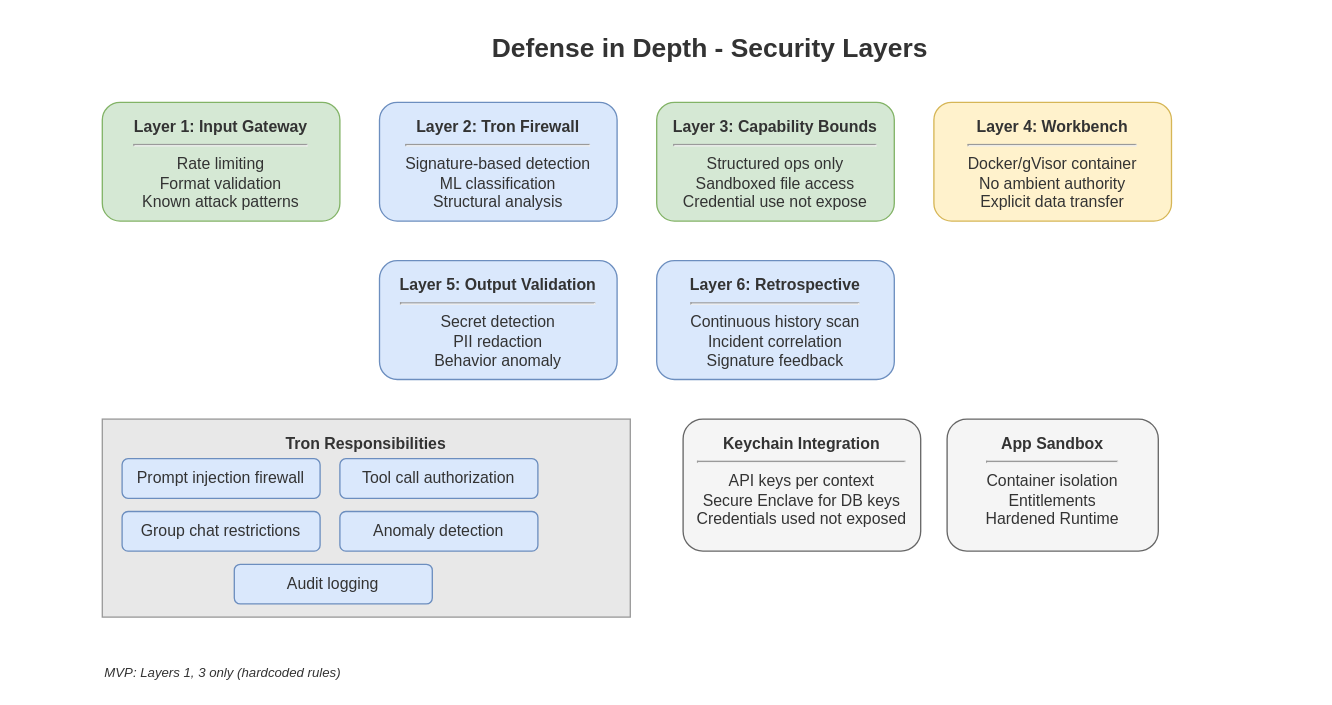
Before: page "Security Layers" (6 of 7) of docs/diagrams/emberhearth-architecture.drawio in tokenfires/emberhearth, a draw.io diagram. Source tidied: cells renumbered, new cells numbered last; positions are measured from the earlier drawing's top-left corner, leaving out a move shared by most shapes. Both pictures are drawn from the tidied source at 132%, with x=0, y=0 at pixel (102, 22).
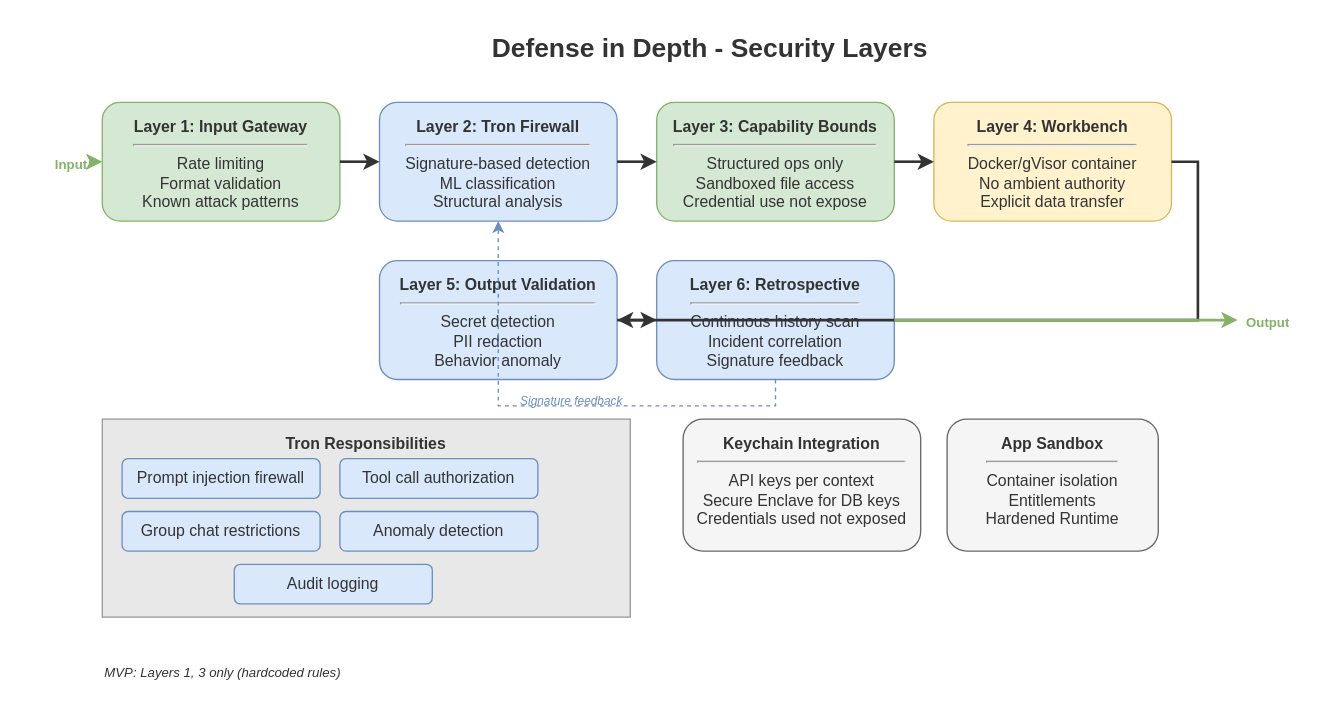
The same page after the edit.

Unchanged cells that the change refers to:
```xml
<mxCell id="3" value="&lt;b&gt;Layer 1: Input Gateway&lt;/b&gt;&lt;hr&gt;Rate limiting&lt;br&gt;Format validation&lt;br&gt;Known attack patterns" style="rounded=1;whiteSpace=wrap;html=1;fillColor=#d5e8d4;strokeColor=#82b366;verticalAlign=top;spacingTop=5;fontColor=#333333;" parent="1" vertex="1">
  <mxGeometry y="60" width="180" height="90" as="geometry" />
</mxCell>
<mxCell id="4" value="&lt;b&gt;Layer 2: Tron Firewall&lt;/b&gt;&lt;hr&gt;Signature-based detection&lt;br&gt;ML classification&lt;br&gt;Structural analysis" style="rounded=1;whiteSpace=wrap;html=1;fillColor=#dae8fc;strokeColor=#6c8ebf;verticalAlign=top;spacingTop=5;fontColor=#333333;" parent="1" vertex="1">
  <mxGeometry x="210" y="60" width="180" height="90" as="geometry" />
</mxCell>
<mxCell id="5" value="&lt;b&gt;Layer 3: Capability Bounds&lt;/b&gt;&lt;hr&gt;Structured ops only&lt;br&gt;Sandboxed file access&lt;br&gt;Credential use not expose" style="rounded=1;whiteSpace=wrap;html=1;fillColor=#d5e8d4;strokeColor=#82b366;verticalAlign=top;spacingTop=5;fontColor=#333333;" parent="1" vertex="1">
  <mxGeometry x="420" y="60" width="180" height="90" as="geometry" />
</mxCell>
<mxCell id="6" value="&lt;b&gt;Layer 4: Workbench&lt;/b&gt;&lt;hr&gt;Docker/gVisor container&lt;br&gt;No ambient authority&lt;br&gt;Explicit data transfer" style="rounded=1;whiteSpace=wrap;html=1;fillColor=#fff2cc;strokeColor=#d6b656;verticalAlign=top;spacingTop=5;fontColor=#333333;" parent="1" vertex="1">
  <mxGeometry x="630" y="60" width="180" height="90" as="geometry" />
</mxCell>
<mxCell id="7" value="&lt;b&gt;Layer 5: Output Validation&lt;/b&gt;&lt;hr&gt;Secret detection&lt;br&gt;PII redaction&lt;br&gt;Behavior anomaly" style="rounded=1;whiteSpace=wrap;html=1;fillColor=#dae8fc;strokeColor=#6c8ebf;verticalAlign=top;spacingTop=5;fontColor=#333333;" parent="1" vertex="1">
  <mxGeometry x="210" y="180" width="180" height="90" as="geometry" />
</mxCell>
<mxCell id="8" value="&lt;b&gt;Layer 6: Retrospective&lt;/b&gt;&lt;hr&gt;Continuous history scan&lt;br&gt;Incident correlation&lt;br&gt;Signature feedback" style="rounded=1;whiteSpace=wrap;html=1;fillColor=#dae8fc;strokeColor=#6c8ebf;verticalAlign=top;spacingTop=5;fontColor=#333333;" parent="1" vertex="1">
  <mxGeometry x="420" y="180" width="180" height="90" as="geometry" />
</mxCell>
```

Change to the diagram source:
```diff
@@
+    <mxCell id="18" value="&lt;b&gt;Input&lt;/b&gt;" style="text;html=1;strokeColor=none;fillColor=none;fontSize=10;fontColor=#82b366;align=right;" parent="1" vertex="1">
+      <mxGeometry x="-60" y="95" width="50" height="20" as="geometry" />
+    </mxCell>
+    <mxCell id="19" style="edgeStyle=orthogonalEdgeStyle;rounded=0;html=1;strokeColor=#82b366;strokeWidth=2;endArrow=classic;" parent="1" edge="1">
+      <mxGeometry relative="1" as="geometry">
+        <mxPoint x="-10" y="105" as="sourcePoint" />
+        <mxPoint y="105" as="targetPoint" />
+      </mxGeometry>
+    </mxCell>
+    <mxCell id="20" style="edgeStyle=orthogonalEdgeStyle;rounded=0;html=1;strokeColor=#333333;strokeWidth=2;endArrow=classic;" parent="1" edge="1" source="3" target="4">
+      <mxGeometry relative="1" as="geometry" />
+    </mxCell>
+    <mxCell id="21" style="edgeStyle=orthogonalEdgeStyle;rounded=0;html=1;strokeColor=#333333;strokeWidth=2;endArrow=classic;" parent="1" edge="1" source="4" target="5">
+      <mxGeometry relative="1" as="geometry" />
+    </mxCell>
+    <mxCell id="22" style="edgeStyle=orthogonalEdgeStyle;rounded=0;html=1;strokeColor=#333333;strokeWidth=2;endArrow=classic;" parent="1" edge="1" source="5" target="6">
+      <mxGeometry relative="1" as="geometry" />
+    </mxCell>
+    <mxCell id="23" style="edgeStyle=orthogonalEdgeStyle;rounded=0;html=1;strokeColor=#333333;strokeWidth=2;endArrow=classic;" parent="1" edge="1" source="6" target="7">
+      <mxGeometry relative="1" as="geometry">
+        <Array as="points">
+          <mxPoint x="830" y="105" />
+          <mxPoint x="830" y="225" />
+        </Array>
+      </mxGeometry>
+    </mxCell>
+    <mxCell id="24" style="edgeStyle=orthogonalEdgeStyle;rounded=0;html=1;strokeColor=#333333;strokeWidth=2;endArrow=classic;" parent="1" edge="1" source="7" target="8">
+      <mxGeometry relative="1" as="geometry" />
+    </mxCell>
+    <mxCell id="25" style="edgeStyle=orthogonalEdgeStyle;rounded=0;html=1;strokeColor=#82b366;strokeWidth=2;endArrow=classic;" parent="1" edge="1">
+      <mxGeometry relative="1" as="geometry">
+        <mxPoint x="600" y="225" as="sourcePoint" />
+        <mxPoint x="860" y="225" as="targetPoint" />
+      </mxGeometry>
+    </mxCell>
+    <mxCell id="26" value="&lt;b&gt;Output&lt;/b&gt;" style="text;html=1;strokeColor=none;fillColor=none;fontSize=10;fontColor=#82b366;align=left;" parent="1" vertex="1">
+      <mxGeometry x="865" y="215" width="50" height="20" as="geometry" />
+    </mxCell>
+    <mxCell id="27" style="edgeStyle=orthogonalEdgeStyle;rounded=0;html=1;strokeColor=#6c8ebf;strokeWidth=1;endArrow=classic;dashed=1;" parent="1" edge="1" source="8" target="4">
+      <mxGeometry relative="1" as="geometry">
+        <Array as="points">
+          <mxPoint x="510" y="290" />
+          <mxPoint x="300" y="290" />
+          <mxPoint x="300" y="160" />
+        </Array>
+      </mxGeometry>
+    </mxCell>
+    <mxCell id="28" value="Signature feedback" style="text;html=1;strokeColor=none;fillColor=none;fontSize=9;fontStyle=2;fontColor=#6c8ebf;" parent="1" vertex="1">
+      <mxGeometry x="315" y="275" width="100" height="15" as="geometry" />
+    </mxCell>
```
